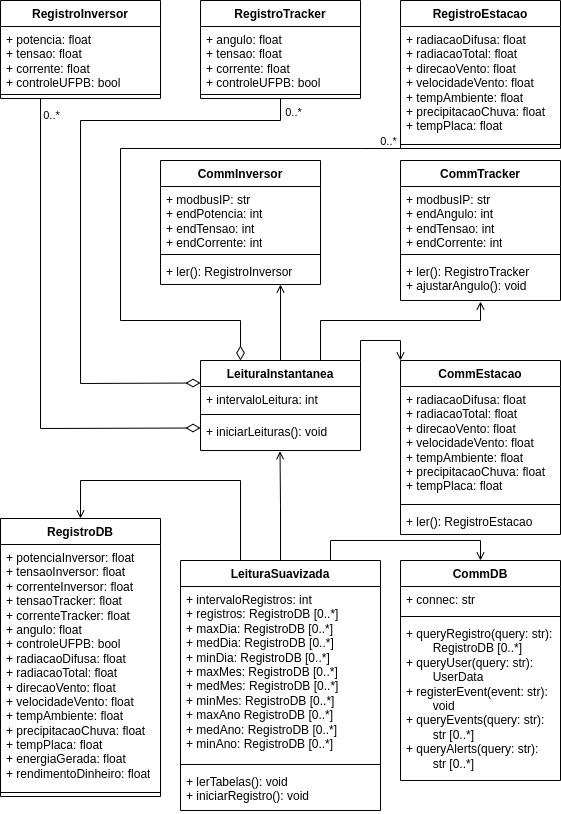
Above: diagrama de classes.drawio.png in jaedson-barbosa/supervisorio-solar-ufpb-docs (draw.io), before the change. Source tidied: cells renumbered, new cells last; positions are measured from the earlier drawing's top-left corner, leaving out a move shared by most shapes.
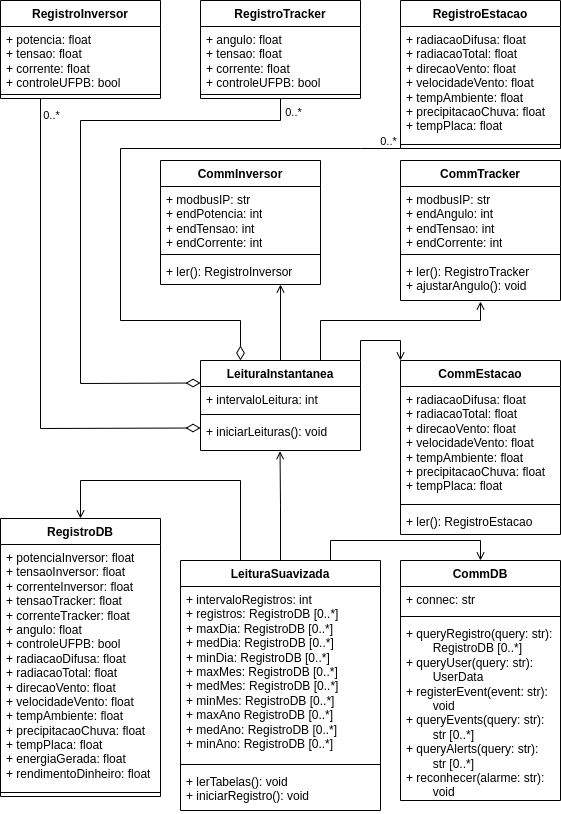
After the commit.

Change to the diagram source:
```diff
@@ -133,7 +133,7 @@
       <mxGeometry y="208" width="200" height="42" as="geometry" />
     </mxCell>
     <mxCell id="36" value="CommDB" style="swimlane;fontStyle=1;align=center;verticalAlign=top;horizontal=1;startSize=26;whiteSpace=wrap;html=1;" parent="1" vertex="1">
-      <mxGeometry x="400" y="560" width="160" height="220" as="geometry" />
+      <mxGeometry x="400" y="560" width="160" height="240" as="geometry" />
     </mxCell>
     <mxCell id="37" value="+ connec: str" style="text;strokeColor=none;fillColor=none;align=left;verticalAlign=top;spacingLeft=4;spacingRight=4;overflow=hidden;whiteSpace=wrap;html=1;" parent="36" vertex="1">
       <mxGeometry y="26" width="160" height="26" as="geometry" />
@@ -141,8 +141,8 @@
     <mxCell id="38" style="line;strokeWidth=1;fillColor=none;align=left;verticalAlign=middle;spacingTop=-1;spacingLeft=3;spacingRight=3;labelPosition=right;strokeColor=inherit;" parent="36" vertex="1">
       <mxGeometry y="52" width="160" height="8" as="geometry" />
     </mxCell>
-    <mxCell id="39" value="+ queryRegistro(query: str): &lt;span style=&quot;white-space: pre;&quot;&gt;&#9;&lt;/span&gt;RegistroDB [0..*]&lt;br&gt;+ queryUser(query: str): &lt;span style=&quot;white-space: pre;&quot;&gt;&#9;&lt;/span&gt;UserData&lt;br&gt;+ registerEvent(event: str): &lt;span style=&quot;white-space: pre;&quot;&gt;&#9;&lt;/span&gt;void&lt;br&gt;+ queryEvents(query: str): &lt;span style=&quot;white-space: pre;&quot;&gt;&#9;&lt;/span&gt;str [0..*]&lt;br&gt;+ queryAlerts(query: str):&lt;br&gt;&lt;span style=&quot;white-space: pre;&quot;&gt;&#9;&lt;/span&gt;str [0..*]" style="text;strokeColor=none;fillColor=none;align=left;verticalAlign=top;spacingLeft=4;spacingRight=4;overflow=hidden;whiteSpace=wrap;html=1;" parent="36" vertex="1">
-      <mxGeometry y="60" width="160" height="160" as="geometry" />
+    <mxCell id="39" value="+ queryRegistro(query: str): &lt;span style=&quot;white-space: pre;&quot;&gt;&#9;&lt;/span&gt;RegistroDB [0..*]&lt;br&gt;+ queryUser(query: str): &lt;span style=&quot;white-space: pre;&quot;&gt;&#9;&lt;/span&gt;UserData&lt;br&gt;+ registerEvent(event: str): &lt;span style=&quot;white-space: pre;&quot;&gt;&#9;&lt;/span&gt;void&lt;br&gt;+ queryEvents(query: str): &lt;span style=&quot;white-space: pre;&quot;&gt;&#9;&lt;/span&gt;str [0..*]&lt;br&gt;+ queryAlerts(query: str):&lt;br&gt;&lt;span style=&quot;white-space: pre;&quot;&gt;&#9;&lt;/span&gt;str [0..*]&lt;br&gt;+ reconhecer(alarme: str): &lt;span style=&quot;white-space: pre;&quot;&gt;&#9;&lt;/span&gt;void" style="text;strokeColor=none;fillColor=none;align=left;verticalAlign=top;spacingLeft=4;spacingRight=4;overflow=hidden;whiteSpace=wrap;html=1;" parent="36" vertex="1">
+      <mxGeometry y="60" width="160" height="180" as="geometry" />
     </mxCell>
     <mxCell id="40" style="edgeStyle=orthogonalEdgeStyle;rounded=0;jettySize=auto;html=1;exitX=0.5;exitY=0;exitDx=0;exitDy=0;entryX=0.75;entryY=1;entryDx=0;entryDy=0;endArrow=open;endFill=0;" parent="1" edge="1" source="43" target="17">
       <mxGeometry relative="1" as="geometry" />
```
